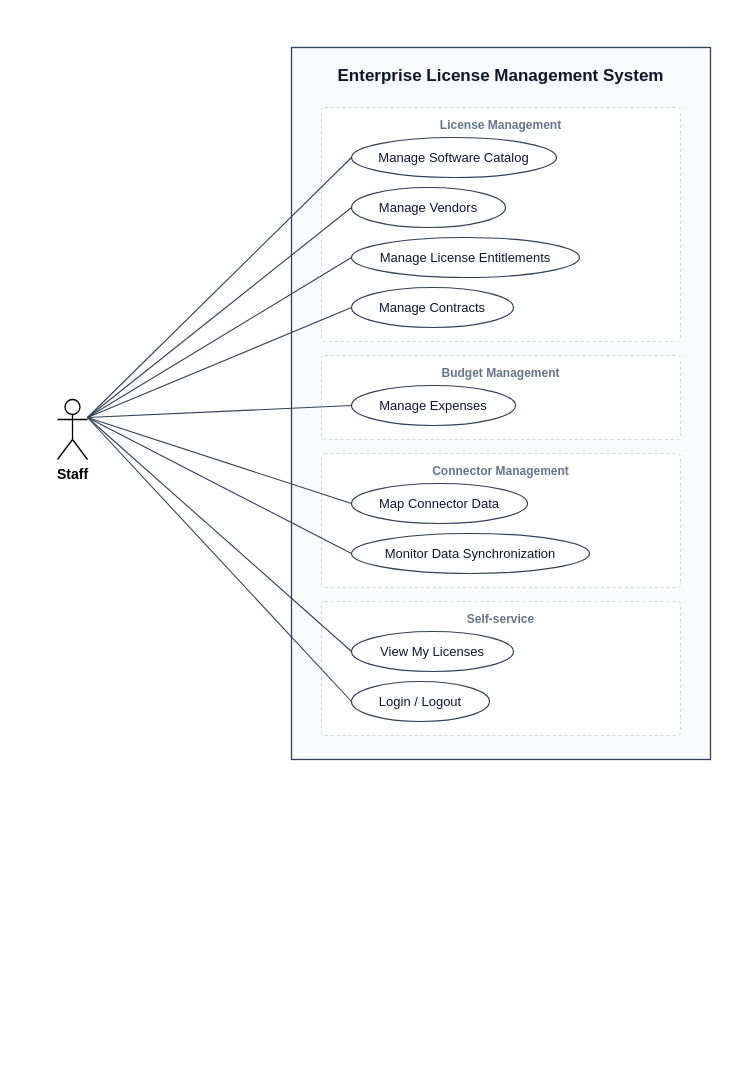
Earlier version of the draw.io diagram docs/diagrams/out/uc_staff.drawio (cuonglpv/VFast). Source tidied: cells renumbered, new cells numbered last; positions are measured from the earlier drawing's top-left corner, leaving out a move shared by most shapes. Both pictures are drawn from the tidied source at 100%, with x=0, y=0 at pixel (57, 47).
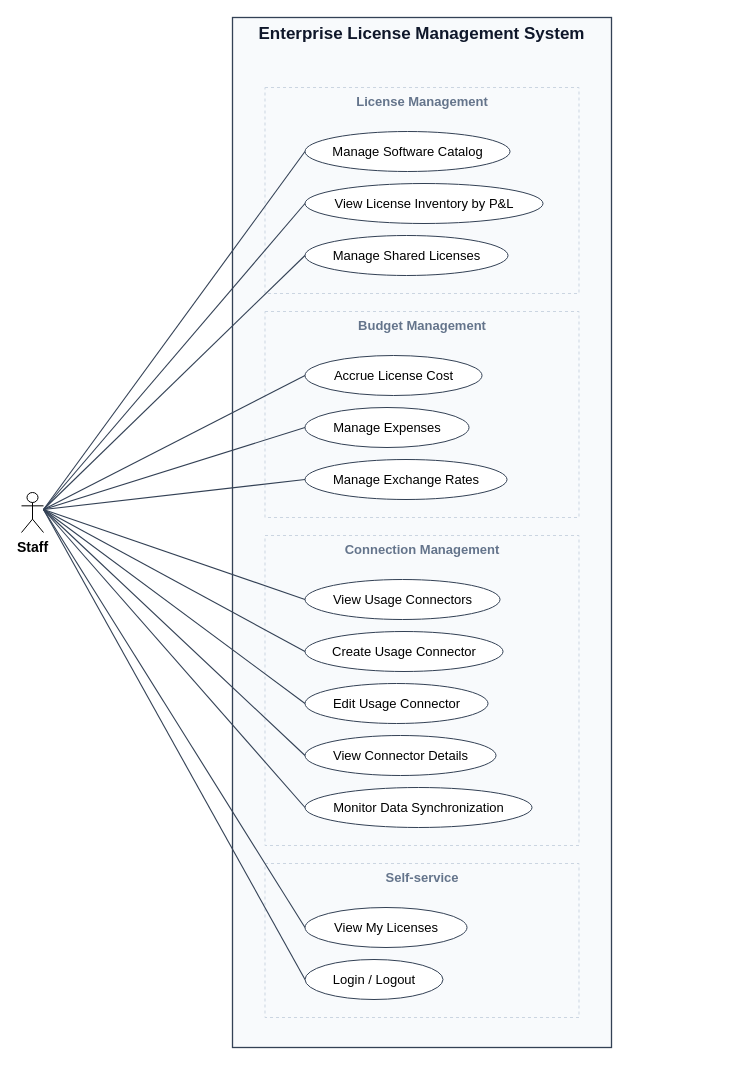
Above is the later version.

The edit, as a diff of the source:
```diff
@@
-    <mxCell id="2" value="Enterprise License Management System" style="rounded=0;whiteSpace=wrap;html=1;fillColor=#F8FAFC;strokeColor=#334155;strokeWidth=1.3;verticalAlign=top;fontSize=17;fontStyle=1;fontColor=#0f172a;spacingTop=12;fontFamily=Arial;" parent="1" vertex="1">
-      <mxGeometry x="234" width="419" height="712" as="geometry" />
+    <mxCell id="2" value="Enterprise License Management System" style="rounded=0;arcSize=0;absoluteArcSize=1;whiteSpace=wrap;html=1;fillColor=#F8FAFC;strokeColor=#334155;strokeWidth=1.3;fontSize=17;fontColor=#0f172a;align=center;verticalAlign=top;fontStyle=1;" parent="1" vertex="1">
+      <mxGeometry x="175" y="-30" width="379" height="1030" as="geometry" />
     </mxCell>
-    <mxCell id="3" value="License Management" style="rounded=1;arcSize=6;absoluteArcSize=1;whiteSpace=wrap;html=1;fillColor=#ffffff;strokeColor=#CBD5E1;dashed=1;strokeWidth=1;verticalAlign=top;align=center;spacingTop=4;fontSize=12;fontStyle=1;fontColor=#64748B;fontFamily=Arial;" parent="1" vertex="1">
-      <mxGeometry x="264" y="60" width="359" height="234" as="geometry" />
+    <mxCell id="3" value="License Management" style="rounded=0;arcSize=0;absoluteArcSize=1;whiteSpace=wrap;html=1;fillColor=#F8FAFC;strokeColor=#CBD5E1;strokeWidth=1;fontSize=13;fontColor=#64748B;align=center;verticalAlign=top;dashed=1;fontStyle=1;" parent="1" vertex="1">
+      <mxGeometry x="207.5" y="40" width="314" height="206" as="geometry" />
     </mxCell>
-    <mxCell id="4" value="Budget Management" style="rounded=1;arcSize=6;absoluteArcSize=1;whiteSpace=wrap;html=1;fillColor=#ffffff;strokeColor=#CBD5E1;dashed=1;strokeWidth=1;verticalAlign=top;align=center;spacingTop=4;fontSize=12;fontStyle=1;fontColor=#64748B;fontFamily=Arial;" parent="1" vertex="1">
-      <mxGeometry x="264" y="308" width="359" height="84" as="geometry" />
+    <mxCell id="4" value="Manage Software Catalog" style="ellipse;whiteSpace=wrap;html=1;fillColor=#ffffff;strokeColor=#334155;fontSize=13;fontColor=#000000;" parent="1" vertex="1">
+      <mxGeometry x="247.5" y="84" width="205" height="40" as="geometry" />
     </mxCell>
-    <mxCell id="5" value="Connector Management" style="rounded=1;arcSize=6;absoluteArcSize=1;whiteSpace=wrap;html=1;fillColor=#ffffff;strokeColor=#CBD5E1;dashed=1;strokeWidth=1;verticalAlign=top;align=center;spacingTop=4;fontSize=12;fontStyle=1;fontColor=#64748B;fontFamily=Arial;" parent="1" vertex="1">
-      <mxGeometry x="264" y="406" width="359" height="134" as="geometry" />
+    <mxCell id="5" value="View License Inventory by P&amp;amp;L" style="ellipse;whiteSpace=wrap;html=1;fillColor=#ffffff;strokeColor=#334155;fontSize=13;fontColor=#000000;" parent="1" vertex="1">
+      <mxGeometry x="247.5" y="136" width="238" height="40" as="geometry" />
     </mxCell>
-    <mxCell id="6" value="Self-service" style="rounded=1;arcSize=6;absoluteArcSize=1;whiteSpace=wrap;html=1;fillColor=#ffffff;strokeColor=#CBD5E1;dashed=1;strokeWidth=1;verticalAlign=top;align=center;spacingTop=4;fontSize=12;fontStyle=1;fontColor=#64748B;fontFamily=Arial;" parent="1" vertex="1">
-      <mxGeometry x="264" y="554" width="359" height="134" as="geometry" />
+    <mxCell id="6" value="Manage Shared Licenses" style="ellipse;whiteSpace=wrap;html=1;fillColor=#ffffff;strokeColor=#334155;fontSize=13;fontColor=#000000;" parent="1" vertex="1">
+      <mxGeometry x="247.5" y="188" width="203" height="40" as="geometry" />
     </mxCell>
-    <mxCell id="7" value="Manage Software Catalog" style="ellipse;whiteSpace=wrap;html=1;fillColor=#ffffff;strokeColor=#334155;strokeWidth=1.2;fontSize=13;fontColor=#0f172a;fontFamily=Arial;" parent="1" vertex="1">
-      <mxGeometry x="294" y="90" width="205" height="40" as="geometry" />
+    <mxCell id="7" value="Budget Management" style="rounded=0;arcSize=0;absoluteArcSize=1;whiteSpace=wrap;html=1;fillColor=#F8FAFC;strokeColor=#CBD5E1;strokeWidth=1;fontSize=13;fontColor=#64748B;align=center;verticalAlign=top;dashed=1;fontStyle=1;" parent="1" vertex="1">
+      <mxGeometry x="207.5" y="264" width="314" height="206" as="geometry" />
     </mxCell>
-    <mxCell id="8" value="Manage Vendors" style="ellipse;whiteSpace=wrap;html=1;fillColor=#ffffff;strokeColor=#334155;strokeWidth=1.2;fontSize=13;fontColor=#0f172a;fontFamily=Arial;" parent="1" vertex="1">
-      <mxGeometry x="294" y="140" width="154" height="40" as="geometry" />
+    <mxCell id="8" value="Accrue License Cost" style="ellipse;whiteSpace=wrap;html=1;fillColor=#ffffff;strokeColor=#334155;fontSize=13;fontColor=#000000;" parent="1" vertex="1">
+      <mxGeometry x="247.5" y="308" width="177" height="40" as="geometry" />
     </mxCell>
-    <mxCell id="9" value="Manage License Entitlements" style="ellipse;whiteSpace=wrap;html=1;fillColor=#ffffff;strokeColor=#334155;strokeWidth=1.2;fontSize=13;fontColor=#0f172a;fontFamily=Arial;" parent="1" vertex="1">
-      <mxGeometry x="294" y="190" width="228" height="40" as="geometry" />
+    <mxCell id="9" value="Manage Expenses" style="ellipse;whiteSpace=wrap;html=1;fillColor=#ffffff;strokeColor=#334155;fontSize=13;fontColor=#000000;" parent="1" vertex="1">
+      <mxGeometry x="247.5" y="360" width="164" height="40" as="geometry" />
     </mxCell>
-    <mxCell id="10" value="Manage Contracts" style="ellipse;whiteSpace=wrap;html=1;fillColor=#ffffff;strokeColor=#334155;strokeWidth=1.2;fontSize=13;fontColor=#0f172a;fontFamily=Arial;" parent="1" vertex="1">
-      <mxGeometry x="294" y="240" width="162" height="40" as="geometry" />
+    <mxCell id="10" value="Manage Exchange Rates" style="ellipse;whiteSpace=wrap;html=1;fillColor=#ffffff;strokeColor=#334155;fontSize=13;fontColor=#000000;" parent="1" vertex="1">
+      <mxGeometry x="247.5" y="412" width="202" height="40" as="geometry" />
     </mxCell>
-    <mxCell id="11" value="Manage Expenses" style="ellipse;whiteSpace=wrap;html=1;fillColor=#ffffff;strokeColor=#334155;strokeWidth=1.2;fontSize=13;fontColor=#0f172a;fontFamily=Arial;" parent="1" vertex="1">
-      <mxGeometry x="294" y="338" width="164" height="40" as="geometry" />
+    <mxCell id="11" value="Connection Management" style="rounded=0;arcSize=0;absoluteArcSize=1;whiteSpace=wrap;html=1;fillColor=#F8FAFC;strokeColor=#CBD5E1;strokeWidth=1;fontSize=13;fontColor=#64748B;align=center;verticalAlign=top;dashed=1;fontStyle=1;" parent="1" vertex="1">
+      <mxGeometry x="207.5" y="488" width="314" height="310" as="geometry" />
     </mxCell>
-    <mxCell id="12" value="Map Connector Data" style="ellipse;whiteSpace=wrap;html=1;fillColor=#ffffff;strokeColor=#334155;strokeWidth=1.2;fontSize=13;fontColor=#0f172a;fontFamily=Arial;" parent="1" vertex="1">
-      <mxGeometry x="294" y="436" width="176" height="40" as="geometry" />
+    <mxCell id="12" value="View Usage Connectors" style="ellipse;whiteSpace=wrap;html=1;fillColor=#ffffff;strokeColor=#334155;fontSize=13;fontColor=#000000;" parent="1" vertex="1">
+      <mxGeometry x="247.5" y="532" width="195" height="40" as="geometry" />
     </mxCell>
-    <mxCell id="13" value="Monitor Data Synchronization" style="ellipse;whiteSpace=wrap;html=1;fillColor=#ffffff;strokeColor=#334155;strokeWidth=1.2;fontSize=13;fontColor=#0f172a;fontFamily=Arial;" parent="1" vertex="1">
-      <mxGeometry x="294" y="486" width="238" height="40" as="geometry" />
+    <mxCell id="13" value="Create Usage Connector" style="ellipse;whiteSpace=wrap;html=1;fillColor=#ffffff;strokeColor=#334155;fontSize=13;fontColor=#000000;" parent="1" vertex="1">
+      <mxGeometry x="247.5" y="584" width="198" height="40" as="geometry" />
     </mxCell>
-    <mxCell id="14" value="View My Licenses" style="ellipse;whiteSpace=wrap;html=1;fillColor=#ffffff;strokeColor=#334155;strokeWidth=1.2;fontSize=13;fontColor=#0f172a;fontFamily=Arial;" parent="1" vertex="1">
-      <mxGeometry x="294" y="584" width="162" height="40" as="geometry" />
+    <mxCell id="14" value="Edit Usage Connector" style="ellipse;whiteSpace=wrap;html=1;fillColor=#ffffff;strokeColor=#334155;fontSize=13;fontColor=#000000;" parent="1" vertex="1">
+      <mxGeometry x="247.5" y="636" width="183" height="40" as="geometry" />
     </mxCell>
-    <mxCell id="15" value="Login / Logout" style="ellipse;whiteSpace=wrap;html=1;fillColor=#ffffff;strokeColor=#334155;strokeWidth=1.2;fontSize=13;fontColor=#0f172a;fontFamily=Arial;" parent="1" vertex="1">
-      <mxGeometry x="294" y="634" width="138" height="40" as="geometry" />
+    <mxCell id="15" value="View Connector Details" style="ellipse;whiteSpace=wrap;html=1;fillColor=#ffffff;strokeColor=#334155;fontSize=13;fontColor=#000000;" parent="1" vertex="1">
+      <mxGeometry x="247.5" y="688" width="191" height="40" as="geometry" />
     </mxCell>
-    <mxCell id="16" value="Staff" style="shape=umlActor;verticalLabelPosition=bottom;verticalAlign=top;html=1;outlineConnect=0;fontSize=14;fontStyle=1;fontFamily=Arial;strokeWidth=1.3;" parent="1" vertex="1">
-      <mxGeometry y="352" width="30" height="60" as="geometry" />
+    <mxCell id="16" value="Monitor Data Synchronization" style="ellipse;whiteSpace=wrap;html=1;fillColor=#ffffff;strokeColor=#334155;fontSize=13;fontColor=#000000;" parent="1" vertex="1">
+      <mxGeometry x="247.5" y="740" width="227" height="40" as="geometry" />
     </mxCell>
-    <mxCell id="17" style="endArrow=none;html=1;rounded=0;strokeColor=#334155;strokeWidth=1.1;exitX=1;exitY=0.3;exitDx=0;exitDy=0;exitPerimeter=0;entryX=0;entryY=0.5;entryDx=0;entryDy=0;" parent="1" edge="1" source="16" target="7">
-      <mxGeometry relative="1" as="geometry" />
+    <mxCell id="17" value="Self-service" style="rounded=0;arcSize=0;absoluteArcSize=1;whiteSpace=wrap;html=1;fillColor=#F8FAFC;strokeColor=#CBD5E1;strokeWidth=1;fontSize=13;fontColor=#64748B;align=center;verticalAlign=top;dashed=1;fontStyle=1;" parent="1" vertex="1">
+      <mxGeometry x="207.5" y="816" width="314" height="154" as="geometry" />
     </mxCell>
-    <mxCell id="18" style="endArrow=none;html=1;rounded=0;strokeColor=#334155;strokeWidth=1.1;exitX=1;exitY=0.3;exitDx=0;exitDy=0;exitPerimeter=0;entryX=0;entryY=0.5;entryDx=0;entryDy=0;" parent="1" edge="1" source="16" target="8">
-      <mxGeometry relative="1" as="geometry" />
+    <mxCell id="18" value="View My Licenses" style="ellipse;whiteSpace=wrap;html=1;fillColor=#ffffff;strokeColor=#334155;fontSize=13;fontColor=#000000;" parent="1" vertex="1">
+      <mxGeometry x="247.5" y="860" width="162" height="40" as="geometry" />
     </mxCell>
-    <mxCell id="19" style="endArrow=none;html=1;rounded=0;strokeColor=#334155;strokeWidth=1.1;exitX=1;exitY=0.3;exitDx=0;exitDy=0;exitPerimeter=0;entryX=0;entryY=0.5;entryDx=0;entryDy=0;" parent="1" edge="1" source="16" target="9">
-      <mxGeometry relative="1" as="geometry" />
+    <mxCell id="19" value="Login / Logout" style="ellipse;whiteSpace=wrap;html=1;fillColor=#ffffff;strokeColor=#334155;fontSize=13;fontColor=#000000;" parent="1" vertex="1">
+      <mxGeometry x="247.5" y="912" width="138" height="40" as="geometry" />
     </mxCell>
-    <mxCell id="20" style="endArrow=none;html=1;rounded=0;strokeColor=#334155;strokeWidth=1.1;exitX=1;exitY=0.3;exitDx=0;exitDy=0;exitPerimeter=0;entryX=0;entryY=0.5;entryDx=0;entryDy=0;" parent="1" edge="1" source="16" target="10">
-      <mxGeometry relative="1" as="geometry" />
+    <mxCell id="20" value="Staff" style="shape=umlActor;html=1;verticalLabelPosition=bottom;verticalAlign=top;labelPosition=center;align=center;fontSize=14;fontStyle=1;" parent="1" vertex="1">
+      <mxGeometry x="-36" y="445" width="22" height="40" as="geometry" />
     </mxCell>
-    <mxCell id="21" style="endArrow=none;html=1;rounded=0;strokeColor=#334155;strokeWidth=1.1;exitX=1;exitY=0.3;exitDx=0;exitDy=0;exitPerimeter=0;entryX=0;entryY=0.5;entryDx=0;entryDy=0;" parent="1" edge="1" source="16" target="11">
-      <mxGeometry relative="1" as="geometry" />
+    <mxCell id="21" style="html=1;rounded=0;endArrow=none;endFill=0;startArrow=none;startFill=0;strokeColor=#334155;strokeWidth=1.1;" parent="1" edge="1">
+      <mxGeometry relative="1" as="geometry">
+        <mxPoint x="-14" y="462" as="sourcePoint" />
+        <mxPoint x="247.5" y="104" as="targetPoint" />
+      </mxGeometry>
     </mxCell>
-    <mxCell id="22" style="endArrow=none;html=1;rounded=0;strokeColor=#334155;strokeWidth=1.1;exitX=1;exitY=0.3;exitDx=0;exitDy=0;exitPerimeter=0;entryX=0;entryY=0.5;entryDx=0;entryDy=0;" parent="1" edge="1" source="16" target="12">
-      <mxGeometry relative="1" as="geometry" />
+    <mxCell id="22" style="html=1;rounded=0;endArrow=none;endFill=0;startArrow=none;startFill=0;strokeColor=#334155;strokeWidth=1.1;" parent="1" edge="1">
+      <mxGeometry relative="1" as="geometry">
+        <mxPoint x="-14" y="462" as="sourcePoint" />
+        <mxPoint x="247.5" y="156" as="targetPoint" />
+      </mxGeometry>
     </mxCell>
-    <mxCell id="23" style="endArrow=none;html=1;rounded=0;strokeColor=#334155;strokeWidth=1.1;exitX=1;exitY=0.3;exitDx=0;exitDy=0;exitPerimeter=0;entryX=0;entryY=0.5;entryDx=0;entryDy=0;" parent="1" edge="1" source="16" target="13">
-      <mxGeometry relative="1" as="geometry" />
+    <mxCell id="23" style="html=1;rounded=0;endArrow=none;endFill=0;startArrow=none;startFill=0;strokeColor=#334155;strokeWidth=1.1;" parent="1" edge="1">
+      <mxGeometry relative="1" as="geometry">
+        <mxPoint x="-14" y="462" as="sourcePoint" />
+        <mxPoint x="247.5" y="208" as="targetPoint" />
+      </mxGeometry>
     </mxCell>
-    <mxCell id="24" style="endArrow=none;html=1;rounded=0;strokeColor=#334155;strokeWidth=1.1;exitX=1;exitY=0.3;exitDx=0;exitDy=0;exitPerimeter=0;entryX=0;entryY=0.5;entryDx=0;entryDy=0;" parent="1" edge="1" source="16" target="14">
-      <mxGeometry relative="1" as="geometry" />
+    <mxCell id="24" style="html=1;rounded=0;endArrow=none;endFill=0;startArrow=none;startFill=0;strokeColor=#334155;strokeWidth=1.1;" parent="1" edge="1">
+      <mxGeometry relative="1" as="geometry">
+        <mxPoint x="-14" y="462" as="sourcePoint" />
+        <mxPoint x="247.5" y="328" as="targetPoint" />
+      </mxGeometry>
     </mxCell>
-    <mxCell id="25" style="endArrow=none;html=1;rounded=0;strokeColor=#334155;strokeWidth=1.1;exitX=1;exitY=0.3;exitDx=0;exitDy=0;exitPerimeter=0;entryX=0;entryY=0.5;entryDx=0;entryDy=0;" parent="1" edge="1" source="16" target="15">
-      <mxGeometry relative="1" as="geometry" />
+    <mxCell id="25" style="html=1;rounded=0;endArrow=none;endFill=0;startArrow=none;startFill=0;strokeColor=#334155;strokeWidth=1.1;" parent="1" edge="1">
+      <mxGeometry relative="1" as="geometry">
+        <mxPoint x="-14" y="462" as="sourcePoint" />
+        <mxPoint x="247.5" y="380" as="targetPoint" />
+      </mxGeometry>
     </mxCell>
+    <mxCell id="26" style="html=1;rounded=0;endArrow=none;endFill=0;startArrow=none;startFill=0;strokeColor=#334155;strokeWidth=1.1;" parent="1" edge="1">
+      <mxGeometry relative="1" as="geometry">
+        <mxPoint x="-14" y="462" as="sourcePoint" />
+        <mxPoint x="247.5" y="432" as="targetPoint" />
+      </mxGeometry>
+    </mxCell>
+    <mxCell id="27" style="html=1;rounded=0;endArrow=none;endFill=0;startArrow=none;startFill=0;strokeColor=#334155;strokeWidth=1.1;" parent="1" edge="1">
+      <mxGeometry relative="1" as="geometry">
+        <mxPoint x="-14" y="462" as="sourcePoint" />
+        <mxPoint x="247.5" y="552" as="targetPoint" />
+      </mxGeometry>
+    </mxCell>
+    <mxCell id="28" style="html=1;rounded=0;endArrow=none;endFill=0;startArrow=none;startFill=0;strokeColor=#334155;strokeWidth=1.1;" parent="1" edge="1">
+      <mxGeometry relative="1" as="geometry">
+        <mxPoint x="-14" y="462" as="sourcePoint" />
+        <mxPoint x="247.5" y="604" as="targetPoint" />
+      </mxGeometry>
+    </mxCell>
+    <mxCell id="29" style="html=1;rounded=0;endArrow=none;endFill=0;startArrow=none;startFill=0;strokeColor=#334155;strokeWidth=1.1;" parent="1" edge="1">
+      <mxGeometry relative="1" as="geometry">
+        <mxPoint x="-14" y="462" as="sourcePoint" />
+        <mxPoint x="247.5" y="656" as="targetPoint" />
+      </mxGeometry>
+    </mxCell>
+    <mxCell id="30" style="html=1;rounded=0;endArrow=none;endFill=0;startArrow=none;startFill=0;strokeColor=#334155;strokeWidth=1.1;" parent="1" edge="1">
+      <mxGeometry relative="1" as="geometry">
+        <mxPoint x="-14" y="462" as="sourcePoint" />
+        <mxPoint x="247.5" y="708" as="targetPoint" />
+      </mxGeometry>
+    </mxCell>
+    <mxCell id="31" style="html=1;rounded=0;endArrow=none;endFill=0;startArrow=none;startFill=0;strokeColor=#334155;strokeWidth=1.1;" parent="1" edge="1">
+      <mxGeometry relative="1" as="geometry">
+        <mxPoint x="-14" y="462" as="sourcePoint" />
+        <mxPoint x="247.5" y="760" as="targetPoint" />
+      </mxGeometry>
+    </mxCell>
+    <mxCell id="32" style="html=1;rounded=0;endArrow=none;endFill=0;startArrow=none;startFill=0;strokeColor=#334155;strokeWidth=1.1;" parent="1" edge="1">
+      <mxGeometry relative="1" as="geometry">
+        <mxPoint x="-14" y="462" as="sourcePoint" />
+        <mxPoint x="247.5" y="880" as="targetPoint" />
+      </mxGeometry>
+    </mxCell>
+    <mxCell id="33" style="html=1;rounded=0;endArrow=none;endFill=0;startArrow=none;startFill=0;strokeColor=#334155;strokeWidth=1.1;" parent="1" edge="1">
+      <mxGeometry relative="1" as="geometry">
+        <mxPoint x="-14" y="462" as="sourcePoint" />
+        <mxPoint x="247.5" y="932" as="targetPoint" />
+      </mxGeometry>
+    </mxCell>
```
